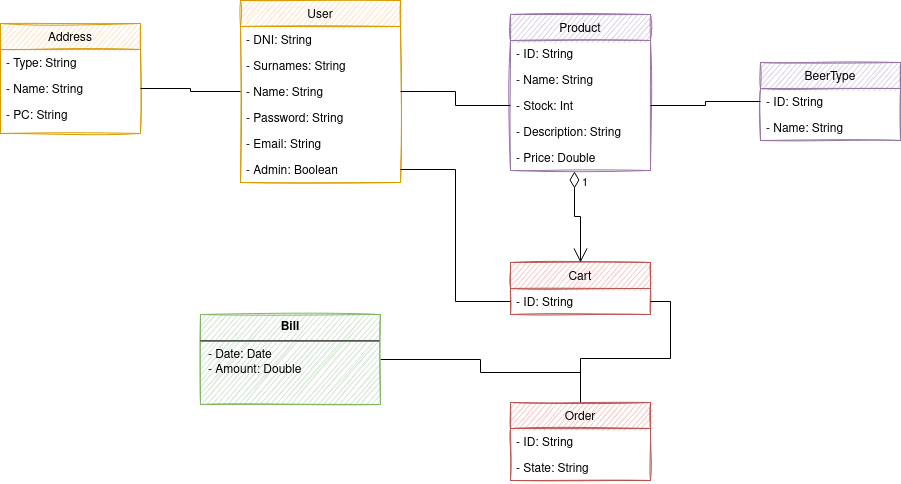
Earlier version of the draw.io export _documentacion/DiagramaClases.png (JosueGarciaAsensi/DSS). Source tidied: cells renumbered, new cells last; positions are measured from the earlier drawing's top-left corner, leaving out a move shared by most shapes.
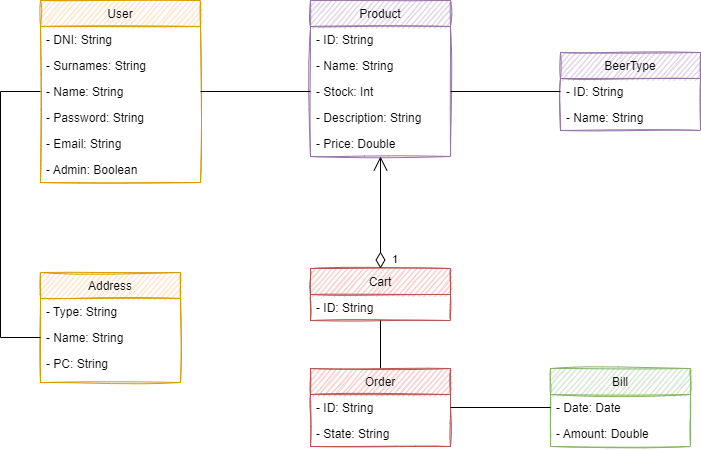
After the change.

Commit message:
Relaciones arregladas

Change to the diagram source:
```diff
@@ -3,7 +3,7 @@
     <mxCell id="0" />
     <mxCell id="1" parent="0" />
     <mxCell id="2" value="User" style="swimlane;fontStyle=0;align=center;verticalAlign=top;horizontal=1;startSize=26;rounded=0;shadow=0;strokeWidth=1;fillColor=#ffe6cc;strokeColor=#d79b00;sketch=1;" parent="1" vertex="1">
-      <mxGeometry x="240" width="160" height="182" as="geometry" />
+      <mxGeometry x="-130" y="14" width="160" height="182" as="geometry" />
     </mxCell>
     <mxCell id="3" value="- DNI: String" style="text;align=left;verticalAlign=top;spacingLeft=4;spacingRight=4;overflow=hidden;" parent="2" vertex="1">
       <mxGeometry y="26" width="160" height="26" as="geometry" />
@@ -24,7 +24,7 @@
       <mxGeometry y="156" width="160" height="26" as="geometry" />
     </mxCell>
     <mxCell id="9" value="Address" style="swimlane;fontStyle=0;horizontal=1;startSize=26;fillColor=#ffe6cc;strokeColor=#d79b00;sketch=1;" parent="1" vertex="1">
-      <mxGeometry y="23" width="140" height="110" as="geometry" />
+      <mxGeometry x="-130" y="286" width="140" height="110" as="geometry" />
     </mxCell>
     <mxCell id="10" value="- Type: String" style="text;strokeColor=none;fillColor=none;align=left;verticalAlign=top;spacingLeft=4;spacingRight=4;overflow=hidden;" parent="9" vertex="1">
       <mxGeometry y="26" width="140" height="26" as="geometry" />
@@ -36,7 +36,7 @@
       <mxGeometry y="78" width="140" height="32" as="geometry" />
     </mxCell>
     <mxCell id="13" value="Product" style="swimlane;fontStyle=0;horizontal=1;startSize=26;fillColor=#e1d5e7;strokeColor=#9673a6;sketch=1;" parent="1" vertex="1">
-      <mxGeometry x="510" y="14" width="140" height="156" as="geometry" />
+      <mxGeometry x="140" y="14" width="140" height="156" as="geometry" />
     </mxCell>
     <mxCell id="14" value="- ID: String" style="text;strokeColor=none;fillColor=none;align=left;verticalAlign=top;spacingLeft=4;spacingRight=4;overflow=hidden;" parent="13" vertex="1">
       <mxGeometry y="26" width="140" height="26" as="geometry" />
@@ -54,7 +54,7 @@
       <mxGeometry y="130" width="140" height="26" as="geometry" />
     </mxCell>
     <mxCell id="19" value="BeerType" style="swimlane;fontStyle=0;horizontal=1;startSize=26;fillColor=#e1d5e7;strokeColor=#9673a6;sketch=1;" parent="1" vertex="1">
-      <mxGeometry x="760" y="62" width="140" height="78" as="geometry" />
+      <mxGeometry x="390" y="66" width="140" height="78" as="geometry" />
     </mxCell>
     <mxCell id="20" value="- ID: String" style="text;strokeColor=none;fillColor=none;align=left;verticalAlign=top;spacingLeft=4;spacingRight=4;overflow=hidden;points=[[0,0.5],[1,0.5]];portConstraint=eastwest;" parent="19" vertex="1">
       <mxGeometry y="26" width="140" height="26" as="geometry" />
@@ -62,36 +62,17 @@
     <mxCell id="21" value="- Name: String" style="text;strokeColor=none;fillColor=none;align=left;verticalAlign=top;spacingLeft=4;spacingRight=4;overflow=hidden;" parent="19" vertex="1">
       <mxGeometry y="52" width="140" height="26" as="geometry" />
     </mxCell>
-    <mxCell id="22" style="edgeStyle=orthogonalEdgeStyle;rounded=0;jettySize=auto;html=1;exitX=0;exitY=0.5;exitDx=0;exitDy=0;entryX=1;entryY=0.5;entryDx=0;entryDy=0;endArrow=none;endFill=0;" parent="1" edge="1" source="20" target="16">
-      <mxGeometry relative="1" as="geometry" />
-    </mxCell>
     <mxCell id="23" value="Cart" style="swimlane;fontStyle=0;horizontal=1;startSize=26;fillColor=#f8cecc;strokeColor=#b85450;sketch=1;" parent="1" vertex="1">
-      <mxGeometry x="510" y="262" width="140" height="52" as="geometry" />
+      <mxGeometry x="140" y="282" width="140" height="52" as="geometry" />
     </mxCell>
     <mxCell id="24" value="- ID: String" style="text;strokeColor=none;fillColor=none;align=left;verticalAlign=top;spacingLeft=4;spacingRight=4;overflow=hidden;points=[[0,0.5],[1,0.5]];portConstraint=eastwest;" parent="23" vertex="1">
       <mxGeometry y="26" width="140" height="26" as="geometry" />
     </mxCell>
-    <mxCell id="25" value="1" style="endArrow=open;html=1;endSize=12;startArrow=diamondThin;startSize=14;startFill=0;edgeStyle=orthogonalEdgeStyle;align=left;verticalAlign=bottom;rounded=0;exitX=0.457;exitY=1.038;exitDx=0;exitDy=0;exitPerimeter=0;entryX=0.5;entryY=0;entryDx=0;entryDy=0;" parent="1" edge="1" source="18" target="23">
-      <mxGeometry x="-0.57" y="6" relative="1" as="geometry">
-        <Array as="points">
-          <mxPoint x="574" y="216" />
-          <mxPoint x="580" y="216" />
-        </Array>
-      </mxGeometry>
-    </mxCell>
-    <mxCell id="26" style="edgeStyle=orthogonalEdgeStyle;rounded=0;jettySize=auto;html=1;exitX=1;exitY=0.5;exitDx=0;exitDy=0;endArrow=none;endFill=0;" parent="1" edge="1" source="27">
-      <mxGeometry relative="1" as="geometry">
-        <mxPoint x="580" y="372" as="targetPoint" />
-      </mxGeometry>
-    </mxCell>
-    <mxCell id="27" value="&lt;p style=&quot;margin: 0px ; margin-top: 6px ; text-align: center&quot;&gt;&lt;b&gt;Bill&lt;/b&gt;&lt;/p&gt;&lt;hr&gt;&lt;p style=&quot;margin: 0px ; margin-left: 8px&quot;&gt;- Date: Date&lt;br&gt;- Amount: Double&lt;/p&gt;" style="align=left;overflow=fill;html=1;fillColor=#d5e8d4;strokeColor=#82b366;sketch=1;" parent="1" vertex="1">
-      <mxGeometry x="200" y="314" width="180" height="90" as="geometry" />
-    </mxCell>
-    <mxCell id="28" style="edgeStyle=orthogonalEdgeStyle;rounded=0;jettySize=auto;html=1;exitX=0.5;exitY=0;exitDx=0;exitDy=0;entryX=1;entryY=0.5;entryDx=0;entryDy=0;endArrow=none;endFill=0;" parent="1" edge="1" source="29" target="24">
-      <mxGeometry relative="1" as="geometry" />
-    </mxCell>
+    <mxCell id="35" style="edgeStyle=orthogonalEdgeStyle;rounded=0;jettySize=auto;html=1;exitX=0.5;exitY=0;exitDx=0;exitDy=0;endArrow=none;endFill=0;" parent="1" edge="1" source="29" target="23">
+      <mxGeometry relative="1" as="geometry" />
+    </mxCell>
     <mxCell id="29" value="Order" style="swimlane;fontStyle=0;horizontal=1;startSize=26;fillColor=#f8cecc;strokeColor=#b85450;sketch=1;" parent="1" vertex="1">
-      <mxGeometry x="510" y="402" width="140" height="78" as="geometry" />
+      <mxGeometry x="140" y="382" width="140" height="78" as="geometry" />
     </mxCell>
     <mxCell id="30" value="- ID: String" style="text;strokeColor=none;fillColor=none;align=left;verticalAlign=top;spacingLeft=4;spacingRight=4;overflow=hidden;points=[[0,0.5],[1,0.5]];portConstraint=eastwest;" parent="29" vertex="1">
       <mxGeometry y="26" width="140" height="26" as="geometry" />
@@ -99,14 +80,34 @@
     <mxCell id="31" value="- State: String" style="text;strokeColor=none;fillColor=none;align=left;verticalAlign=top;spacingLeft=4;spacingRight=4;overflow=hidden;" parent="29" vertex="1">
       <mxGeometry y="52" width="140" height="26" as="geometry" />
     </mxCell>
+    <mxCell id="36" value="Bill" style="swimlane;fontStyle=0;horizontal=1;startSize=26;fillColor=#d5e8d4;strokeColor=#82b366;sketch=1;" parent="1" vertex="1">
+      <mxGeometry x="380" y="382" width="140" height="78" as="geometry" />
+    </mxCell>
+    <mxCell id="37" value="- Date: Date" style="text;strokeColor=none;fillColor=none;align=left;verticalAlign=top;spacingLeft=4;spacingRight=4;overflow=hidden;points=[[0,0.5],[1,0.5]];portConstraint=eastwest;" parent="36" vertex="1">
+      <mxGeometry y="26" width="140" height="26" as="geometry" />
+    </mxCell>
+    <mxCell id="38" value="- Amount: Double" style="text;strokeColor=none;fillColor=none;align=left;verticalAlign=top;spacingLeft=4;spacingRight=4;overflow=hidden;" parent="36" vertex="1">
+      <mxGeometry y="52" width="140" height="26" as="geometry" />
+    </mxCell>
     <mxCell id="32" style="edgeStyle=orthogonalEdgeStyle;rounded=0;jettySize=auto;html=1;exitX=1;exitY=0.5;exitDx=0;exitDy=0;entryX=0;entryY=0.5;entryDx=0;entryDy=0;endArrow=none;endFill=0;" parent="1" edge="1" source="5" target="16">
       <mxGeometry relative="1" as="geometry" />
     </mxCell>
-    <mxCell id="33" style="edgeStyle=orthogonalEdgeStyle;rounded=0;jettySize=auto;html=1;exitX=1;exitY=0.5;exitDx=0;exitDy=0;entryX=0;entryY=0.5;entryDx=0;entryDy=0;endArrow=none;endFill=0;" parent="1" edge="1" source="11" target="5">
-      <mxGeometry relative="1" as="geometry" />
-    </mxCell>
-    <mxCell id="34" style="edgeStyle=orthogonalEdgeStyle;rounded=0;jettySize=auto;html=1;exitX=0;exitY=0.5;exitDx=0;exitDy=0;entryX=1;entryY=0.5;entryDx=0;entryDy=0;endArrow=none;endFill=0;" parent="1" edge="1" source="24" target="8">
-      <mxGeometry relative="1" as="geometry" />
-    </mxCell>
+    <mxCell id="39" style="edgeStyle=orthogonalEdgeStyle;rounded=0;jettySize=auto;html=1;exitX=0;exitY=0.5;exitDx=0;exitDy=0;entryX=0;entryY=0.5;entryDx=0;entryDy=0;endArrow=none;endFill=0;" parent="1" edge="1" source="5" target="11">
+      <mxGeometry relative="1" as="geometry">
+        <Array as="points">
+          <mxPoint x="-170" y="105" />
+          <mxPoint x="-170" y="351" />
+        </Array>
+      </mxGeometry>
+    </mxCell>
+    <mxCell id="40" style="edgeStyle=orthogonalEdgeStyle;rounded=0;jettySize=auto;html=1;exitX=1;exitY=0.5;exitDx=0;exitDy=0;endArrow=none;endFill=0;entryX=0;entryY=0.5;entryDx=0;entryDy=0;" parent="1" edge="1" source="16" target="20">
+      <mxGeometry relative="1" as="geometry" />
+    </mxCell>
+    <mxCell id="25" value="1" style="endArrow=open;html=1;endSize=12;startArrow=diamondThin;startSize=14;startFill=0;edgeStyle=orthogonalEdgeStyle;align=left;verticalAlign=bottom;rounded=0;exitX=0.5;exitY=0;exitDx=0;exitDy=0;" parent="1" edge="1" source="23" target="13">
+      <mxGeometry x="-1" y="-10" relative="1" as="geometry" />
+    </mxCell>
+    <mxCell id="41" style="edgeStyle=orthogonalEdgeStyle;rounded=0;jettySize=auto;html=1;exitX=1;exitY=0.5;exitDx=0;exitDy=0;entryX=0;entryY=0.5;entryDx=0;entryDy=0;endArrow=none;endFill=0;" parent="1" edge="1" source="30" target="37">
+      <mxGeometry relative="1" as="geometry" />
+    </mxCell>
   </root>
 </mxGraphModel>
```
